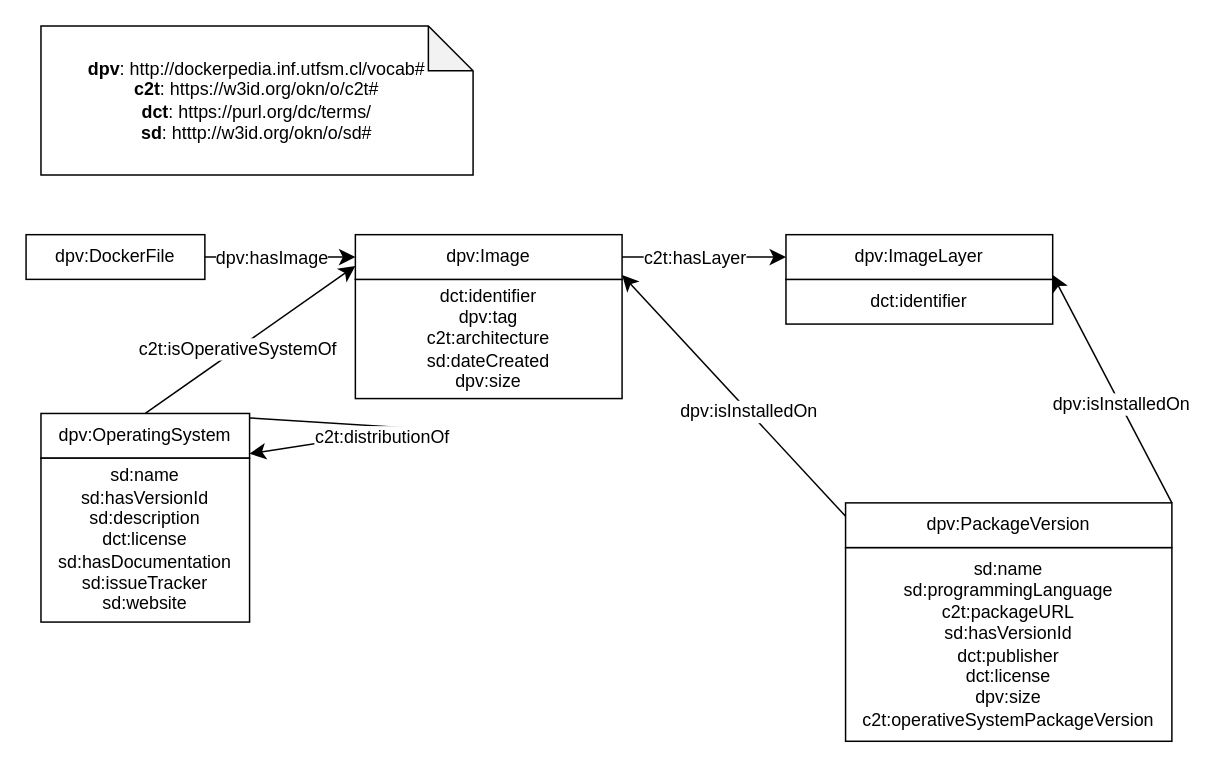
Before: ontology/ontology.drawio in osoc-es/c2t, a draw.io diagram. Source tidied: cells renumbered, new cells numbered last; positions are measured from the earlier drawing's top-left corner, leaving out a move shared by most shapes. Both pictures are drawn from the tidied source at 149%, with x=0, y=0 at pixel (25, 25).
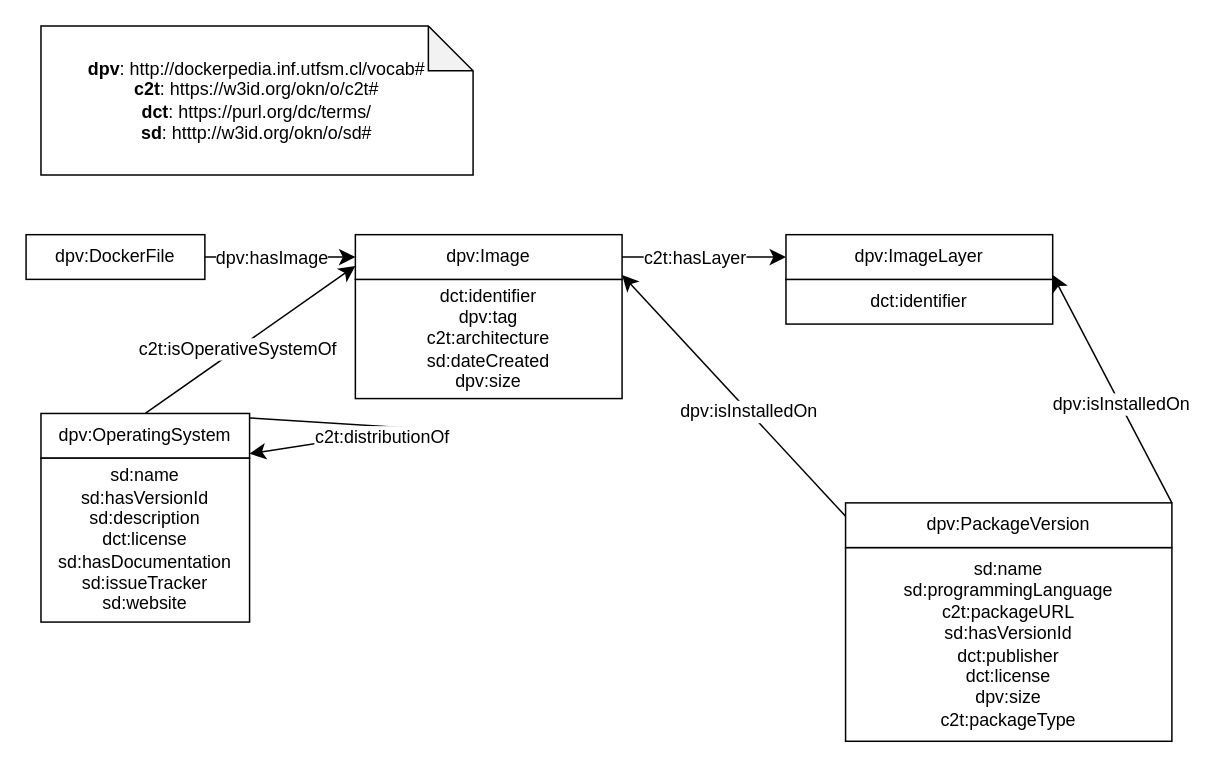
After the change.

Change to the diagram source:
```diff
@@
-    <mxCell id="8" value="sd:name&lt;br&gt;sd:programmingLanguage&lt;br&gt;c2t:packageURL&lt;br&gt;sd:hasVersionId&lt;br&gt;dct:publisher&lt;br&gt;dct:license&lt;br&gt;dpv:size&lt;br&gt;c2t:operativeSystemPackageVersion" style="rounded=0;whiteSpace=wrap;html=1;" parent="1" vertex="1">
+    <mxCell id="8" value="sd:name&lt;br&gt;sd:programmingLanguage&lt;br&gt;c2t:packageURL&lt;br&gt;sd:hasVersionId&lt;br&gt;dct:publisher&lt;br&gt;dct:license&lt;br&gt;dpv:size&lt;br&gt;c2t:packageType" style="rounded=0;whiteSpace=wrap;html=1;" parent="1" vertex="1">
       <mxGeometry x="550" y="350" width="219" height="130" as="geometry" />
     </mxCell>
```
